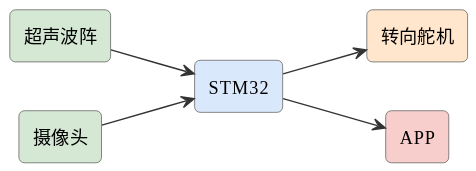
This is assets/diagrams/ideas-fig63.svg from mingyi0818/IntelligentMcuCourse, a PlantUML export, as it was before one commit.
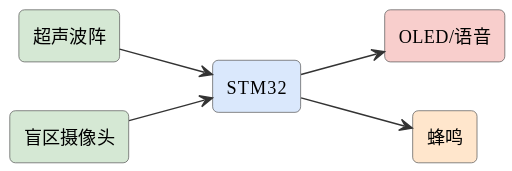
The same file after the commit.

Diff of the diagram source:
```diff
@@ -7,12 +7,12 @@
 skinparam arrowColor #333
 left to right direction
 rectangle "超声波阵" as ult #d5e8d4
-rectangle "摄像头" as cam #d5e8d4
+rectangle "盲区摄像头" as cam #d5e8d4
 rectangle "STM32" as stm #dae8fc
-rectangle "转向舵机" as steer #ffe6cc
-rectangle "APP" as app #f8cecc
+rectangle "OLED/语音" as oled #f8cecc
+rectangle "蜂鸣" as buzz #ffe6cc
 ult --> stm
 cam --> stm
-stm --> steer
-stm --> app
+stm --> oled
+stm --> buzz
 @enduml
```
